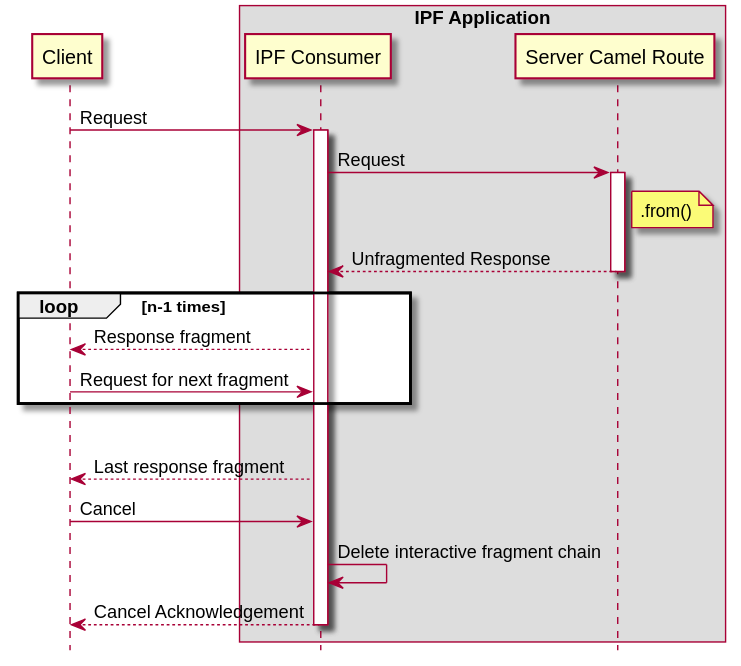
oehf/ipf-docs keeps this PlantUML diagram as assets/images/conti-consumer-ic.svg. Above is the earlier version.
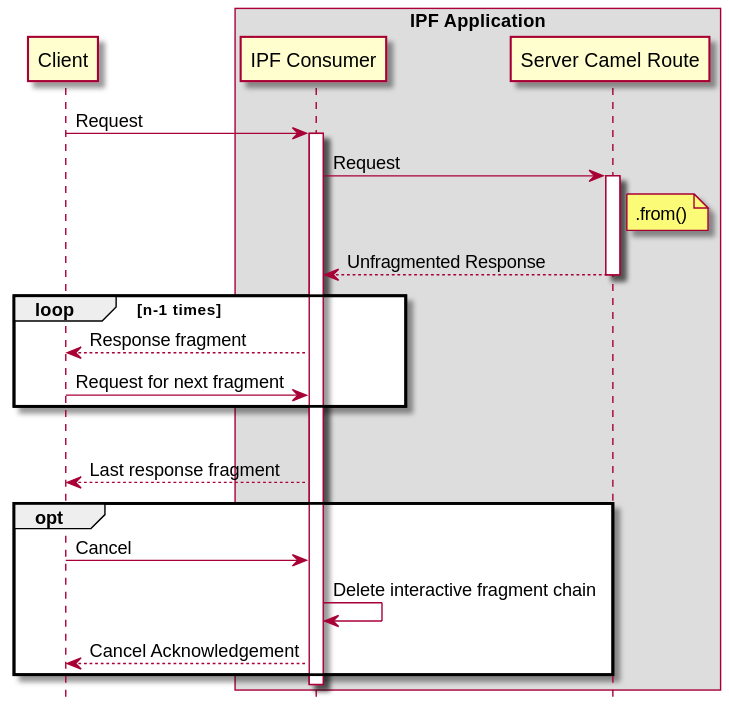
The same file after the commit.

Diff of the diagram source:
```diff
@@ -21,9 +21,13 @@
 end
 |||
 CON --> Client : Last response fragment
-Client -> CON : Cancel
-CON -> CON: Delete interactive fragment chain
-CON --> Client : Cancel Acknowledgement
+
+opt
+    Client -> CON : Cancel
+    CON -> CON: Delete interactive fragment chain
+    CON --> Client : Cancel Acknowledgement
+end
+
 deactivate CON
 
 @enduml
```
